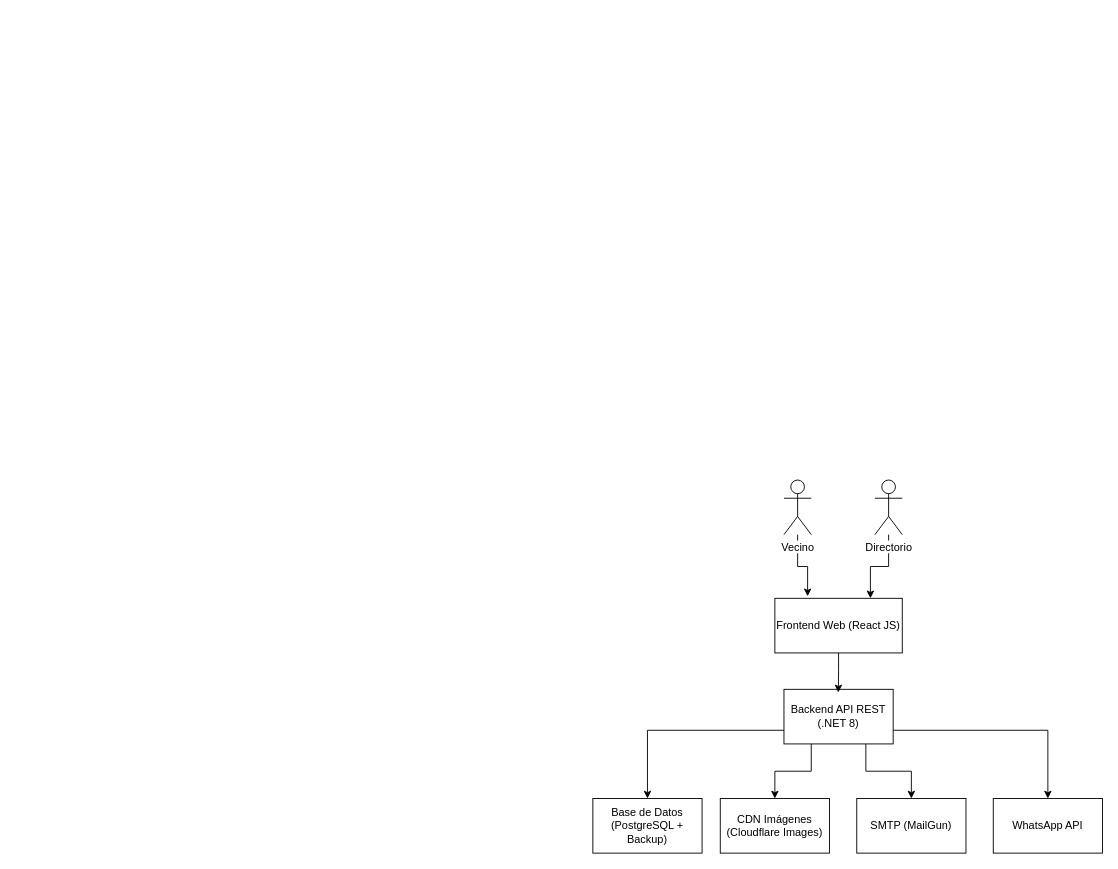
Before: Fase 2/Evidencias Proyecto/Diagramas 4+1/Vista de Despliegue/Diagrama de componentes.drawio in Rodrigo-Bahamonde/Capstone, a draw.io diagram. Source tidied: cells renumbered, new cells numbered last; positions are measured from the earlier drawing's top-left corner, leaving out a move shared by most shapes. Both pictures are drawn from the tidied source at 91%, with x=0, y=0 at pixel (592, 480).
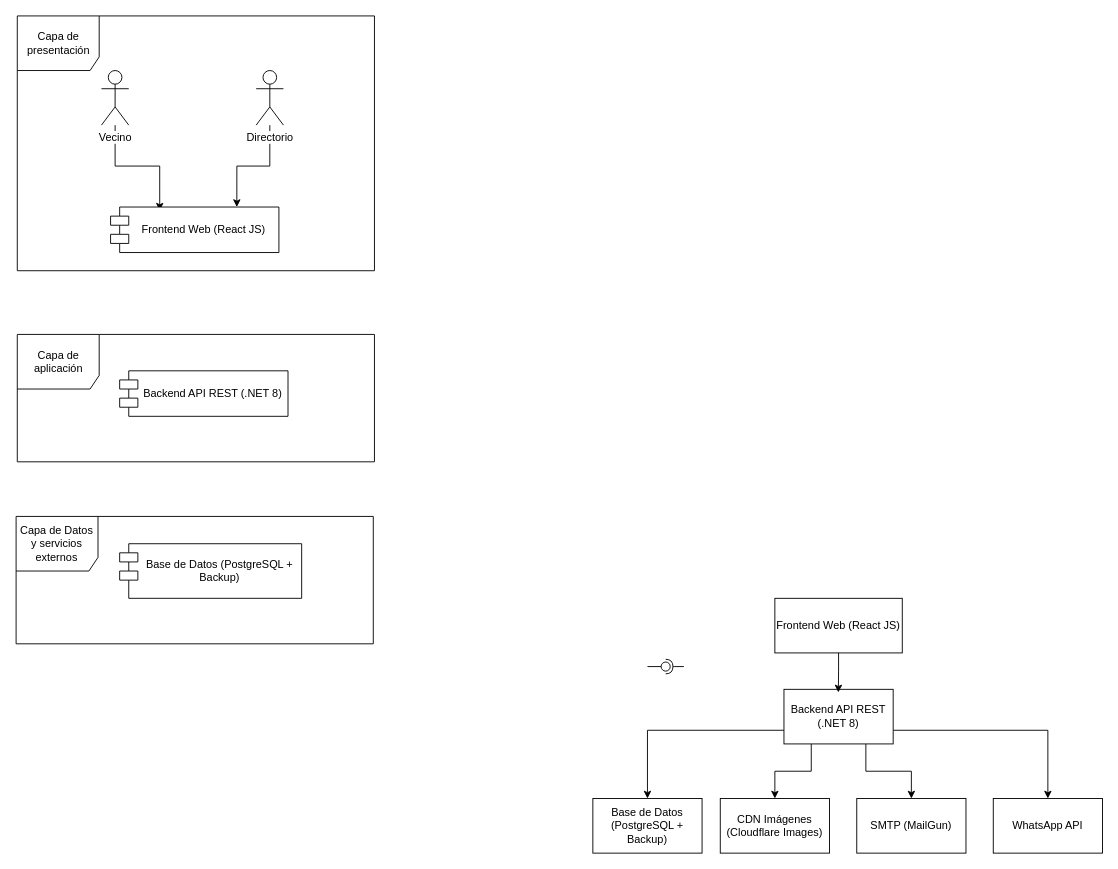
The same diagram, later.

The change refers to these unchanged cells:
```xml
<mxCell id="4" value="Frontend Web (React JS)" style="rounded=0;whiteSpace=wrap;html=1;" parent="1" vertex="1">
  <mxGeometry x="200" y="130" width="140" height="60" as="geometry" />
</mxCell>
```

Diff of the diagram source:
```diff
@@
-    <mxCell id="2" style="edgeStyle=orthogonalEdgeStyle;rounded=0;jettySize=auto;html=1;entryX=0.75;entryY=0;entryDx=0;entryDy=0;" parent="1" edge="1" source="3" target="4">
+    <mxCell id="2" style="edgeStyle=orthogonalEdgeStyle;rounded=0;jettySize=auto;html=1;entryX=0.75;entryY=0;entryDx=0;entryDy=0;" parent="1" edge="1" source="3" target="17">
       <mxGeometry relative="1" as="geometry" />
     </mxCell>
     <mxCell id="3" value="Directorio" style="shape=umlActor;verticalLabelPosition=bottom;verticalAlign=top;html=1;outlineConnect=0;labelPosition=center;align=center;convertToSvg=0;textShadow=0;labelBorderColor=none;labelBackgroundColor=default;" parent="1" vertex="1">
-      <mxGeometry x="310" width="30" height="60" as="geometry" />
+      <mxGeometry x="-370" y="-450" width="30" height="60" as="geometry" />
     </mxCell>
@@
-    <mxCell id="10" style="edgeStyle=orthogonalEdgeStyle;rounded=0;jettySize=auto;html=1;entryX=0.257;entryY=-0.037;entryDx=0;entryDy=0;entryPerimeter=0;" parent="1" edge="1" source="11" target="4">
+    <mxCell id="10" style="edgeStyle=orthogonalEdgeStyle;rounded=0;jettySize=auto;html=1;entryX=0.292;entryY=0.08;entryDx=0;entryDy=0;entryPerimeter=0;" parent="1" edge="1" source="11" target="17">
       <mxGeometry relative="1" as="geometry" />
     </mxCell>
     <mxCell id="11" value="Vecino" style="shape=umlActor;verticalLabelPosition=bottom;verticalAlign=top;html=1;outlineConnect=0;labelPosition=center;align=center;convertToSvg=0;textShadow=0;labelBorderColor=none;labelBackgroundColor=default;" parent="1" vertex="1">
-      <mxGeometry x="210" width="30" height="60" as="geometry" />
+      <mxGeometry x="-540" y="-450" width="30" height="60" as="geometry" />
     </mxCell>
@@
+    <mxCell id="17" value="Frontend Web (React JS)" style="shape=module;align=left;spacingLeft=20;align=center;verticalAlign=middle;whiteSpace=wrap;html=1;" parent="1" vertex="1">
+      <mxGeometry x="-530" y="-300" width="185" height="50" as="geometry" />
+    </mxCell>
+    <mxCell id="18" style="rounded=0;jettySize=auto;html=1;endArrow=halfCircle;endFill=0;endSize=6;strokeWidth=1;sketch=0;" parent="1" edge="1" target="20">
+      <mxGeometry relative="1" as="geometry">
+        <mxPoint x="100" y="205" as="sourcePoint" />
+        <Array as="points">
+          <mxPoint x="90" y="205" />
+        </Array>
+      </mxGeometry>
+    </mxCell>
+    <mxCell id="19" style="rounded=0;jettySize=auto;html=1;endArrow=oval;endFill=0;sketch=0;sourcePerimeterSpacing=0;targetPerimeterSpacing=0;endSize=10;" parent="1" edge="1" target="20">
+      <mxGeometry relative="1" as="geometry">
+        <mxPoint x="60" y="205" as="sourcePoint" />
+      </mxGeometry>
+    </mxCell>
+    <mxCell id="20" style="ellipse;whiteSpace=wrap;html=1;align=center;fillColor=none;strokeColor=none;perimeter=centerPerimeter;points=[];outlineConnect=1;" parent="1" vertex="1">
+      <mxGeometry x="75" y="200" width="10" height="10" as="geometry" />
+    </mxCell>
+    <mxCell id="21" value="Capa de presentación" style="shape=umlFrame;whiteSpace=wrap;html=1;width=90;height=60;" parent="1" vertex="1">
+      <mxGeometry x="-632.5" y="-510" width="392.5" height="280" as="geometry" />
+    </mxCell>
+    <mxCell id="22" value="Capa de aplicación" style="shape=umlFrame;whiteSpace=wrap;html=1;width=90;height=60;" parent="1" vertex="1">
+      <mxGeometry x="-632.5" y="-160" width="392.5" height="140" as="geometry" />
+    </mxCell>
+    <mxCell id="23" value="Backend API REST (.NET 8)" style="shape=module;align=left;spacingLeft=20;align=center;verticalAlign=middle;whiteSpace=wrap;html=1;" parent="1" vertex="1">
+      <mxGeometry x="-520" y="-120" width="185" height="50" as="geometry" />
+    </mxCell>
+    <mxCell id="24" value="Capa de Datos y servicios externos" style="shape=umlFrame;whiteSpace=wrap;html=1;width=90;height=60;" parent="1" vertex="1">
+      <mxGeometry x="-633.8" y="40" width="392.5" height="140" as="geometry" />
+    </mxCell>
+    <mxCell id="25" value="Base de Datos (PostgreSQL + Backup)" style="shape=module;align=left;spacingLeft=20;align=center;verticalAlign=middle;whiteSpace=wrap;html=1;" parent="1" vertex="1">
+      <mxGeometry x="-520" y="70" width="200" height="60" as="geometry" />
+    </mxCell>
```
